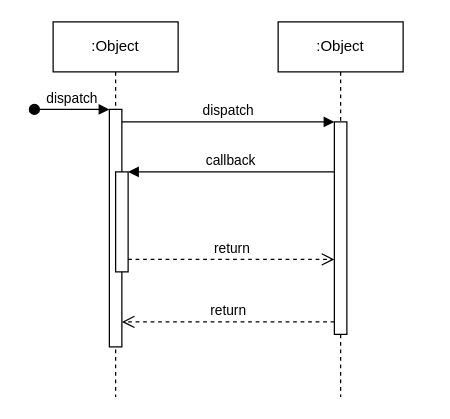
Earlier version of the draw.io diagram sequence_diagrams/Biểu đồ không có tiêu đề.drawio (NgoThanhNha/fishing-diary-game-ak-base-kit-stm32l151). Source tidied: cells renumbered, new cells numbered last; positions are measured from the earlier drawing's top-left corner, leaving out a move shared by most shapes. Both pictures are drawn from the tidied source at 125%, with x=0, y=0 at pixel (34, 21).
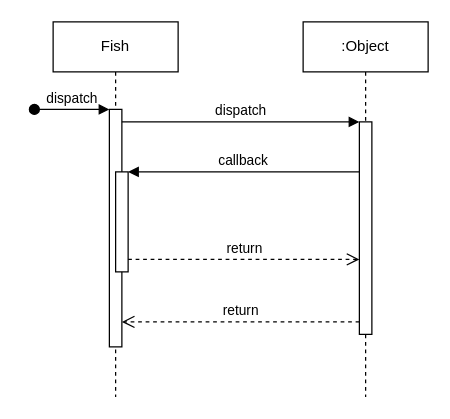
After the change.

The edit, as a diff of the source:
```diff
@@
 <mxGraphModel>
   <root>
     <mxCell id="0" />
     <mxCell id="1" parent="0" />
-    <mxCell id="2" value=":Object" style="shape=umlLifeline;perimeter=lifelinePerimeter;whiteSpace=wrap;html=1;newEdgeStyle={&quot;edgeStyle&quot;:&quot;elbowEdgeStyle&quot;,&quot;elbow&quot;:&quot;vertical&quot;,&quot;curved&quot;:0,&quot;rounded&quot;:0};" parent="1" vertex="1">
+    <mxCell id="2" value="Fish" style="shape=umlLifeline;perimeter=lifelinePerimeter;whiteSpace=wrap;html=1;newEdgeStyle={&quot;edgeStyle&quot;:&quot;elbowEdgeStyle&quot;,&quot;elbow&quot;:&quot;vertical&quot;,&quot;curved&quot;:0,&quot;rounded&quot;:0};" parent="1" vertex="1">
       <mxGeometry x="15" width="100" height="300" as="geometry" />
     </mxCell>
     <mxCell id="3" style="html=1;points=[];perimeter=orthogonalPerimeter;outlineConnect=0;targetShapes=umlLifeline;portConstraint=eastwest;newEdgeStyle={&quot;edgeStyle&quot;:&quot;elbowEdgeStyle&quot;,&quot;elbow&quot;:&quot;vertical&quot;,&quot;curved&quot;:0,&quot;rounded&quot;:0};" parent="2" vertex="1">
       <mxGeometry x="45" y="70" width="10" height="190" as="geometry" />
     </mxCell>
     <mxCell id="4" value="dispatch" style="html=1;verticalAlign=bottom;startArrow=oval;endArrow=block;startSize=8;edgeStyle=elbowEdgeStyle;elbow=vertical;curved=0;rounded=0;" parent="2" edge="1" target="3">
       <mxGeometry relative="1" as="geometry">
         <mxPoint x="-15" y="70" as="sourcePoint" />
       </mxGeometry>
     </mxCell>
     <mxCell id="5" style="html=1;points=[];perimeter=orthogonalPerimeter;outlineConnect=0;targetShapes=umlLifeline;portConstraint=eastwest;newEdgeStyle={&quot;edgeStyle&quot;:&quot;elbowEdgeStyle&quot;,&quot;elbow&quot;:&quot;vertical&quot;,&quot;curved&quot;:0,&quot;rounded&quot;:0};" parent="2" vertex="1">
       <mxGeometry x="50" y="120" width="10" height="80" as="geometry" />
     </mxCell>
     <mxCell id="6" value=":Object" style="shape=umlLifeline;perimeter=lifelinePerimeter;whiteSpace=wrap;html=1;newEdgeStyle={&quot;edgeStyle&quot;:&quot;elbowEdgeStyle&quot;,&quot;elbow&quot;:&quot;vertical&quot;,&quot;curved&quot;:0,&quot;rounded&quot;:0};" parent="1" vertex="1">
-      <mxGeometry x="195" width="100" height="300" as="geometry" />
+      <mxGeometry x="215" width="100" height="300" as="geometry" />
     </mxCell>
     <mxCell id="7" style="html=1;points=[];perimeter=orthogonalPerimeter;outlineConnect=0;targetShapes=umlLifeline;portConstraint=eastwest;newEdgeStyle={&quot;edgeStyle&quot;:&quot;elbowEdgeStyle&quot;,&quot;elbow&quot;:&quot;vertical&quot;,&quot;curved&quot;:0,&quot;rounded&quot;:0};" parent="6" vertex="1">
       <mxGeometry x="45" y="80" width="10" height="170" as="geometry" />
     </mxCell>
     <mxCell id="8" value="dispatch" style="html=1;verticalAlign=bottom;endArrow=block;edgeStyle=elbowEdgeStyle;elbow=vertical;curved=0;rounded=0;" parent="1" edge="1" source="3" target="7">
       <mxGeometry relative="1" as="geometry">
         <Array as="points">
           <mxPoint x="155" y="80" />
         </Array>
       </mxGeometry>
     </mxCell>
     <mxCell id="9" value="return" style="html=1;verticalAlign=bottom;endArrow=open;dashed=1;endSize=8;edgeStyle=elbowEdgeStyle;elbow=vertical;curved=0;rounded=0;" parent="1" edge="1" source="7" target="3">
       <mxGeometry relative="1" as="geometry">
         <Array as="points">
           <mxPoint x="165" y="240" />
         </Array>
       </mxGeometry>
     </mxCell>
     <mxCell id="10" value="callback" style="html=1;verticalAlign=bottom;endArrow=block;edgeStyle=elbowEdgeStyle;elbow=vertical;curved=0;rounded=0;" parent="1" edge="1" source="7" target="5">
       <mxGeometry relative="1" as="geometry">
         <Array as="points">
           <mxPoint x="165" y="120" />
         </Array>
       </mxGeometry>
     </mxCell>
     <mxCell id="11" value="return" style="html=1;verticalAlign=bottom;endArrow=open;dashed=1;endSize=8;edgeStyle=elbowEdgeStyle;elbow=vertical;curved=0;rounded=0;" parent="1" edge="1" source="5" target="7">
       <mxGeometry relative="1" as="geometry">
         <Array as="points">
           <mxPoint x="155" y="190" />
         </Array>
       </mxGeometry>
     </mxCell>
   </root>
 </mxGraphModel>
```
